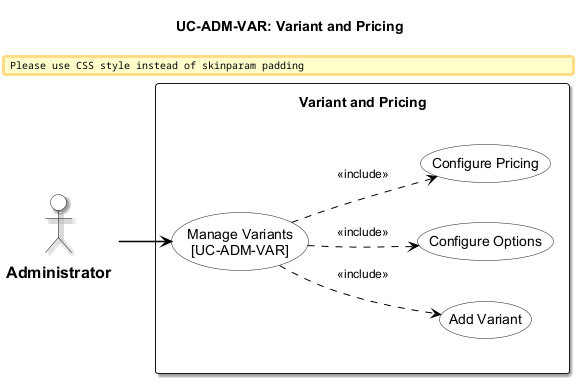
This is thesis/figures/chapters/part2/ch2-design/02-use-cases/diagrams/P2S2.2.2_usecase-variant-pricing.png from qingfa-dev/ReSys.Shop, a PlantUML export, as it was before one commit.
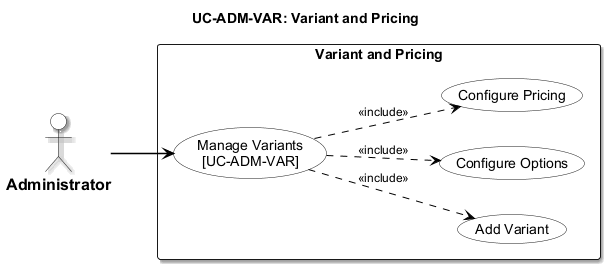
After the change.

Diff of the diagram source:
```diff
@@ -1,10 +1,38 @@
 @startuml usecase-variant-pricing
 left to right direction
-skinparam padding 8
-skinparam nodesep 40
-skinparam ranksep 40
 
-!include _shared/styles.iuml
+<style>
+  root {
+    fontName "Arial"
+    fontSize 14
+    shadowing false
+  }
+  actor {
+    backgroundColor #FFFFFF
+    borderColor #000000
+    borderThickness 1.5
+    fontColor #000000
+    fontStyle bold
+    fontSize 16
+  }
+  usecase {
+    backgroundColor #FFFFFF
+    borderColor #000000
+    borderThickness 1.5
+    fontColor #000000
+  }
+  rectangle {
+    backgroundColor #FFFFFF
+    borderColor #000000
+    borderThickness 1.5
+    fontStyle bold
+  }
+  arrow {
+    lineColor #000000
+    lineThickness 1.5
+    fontSize 12
+  }
+</style>
 title UC-ADM-VAR: Variant and Pricing
 
 actor "Administrator" as Admin
```
